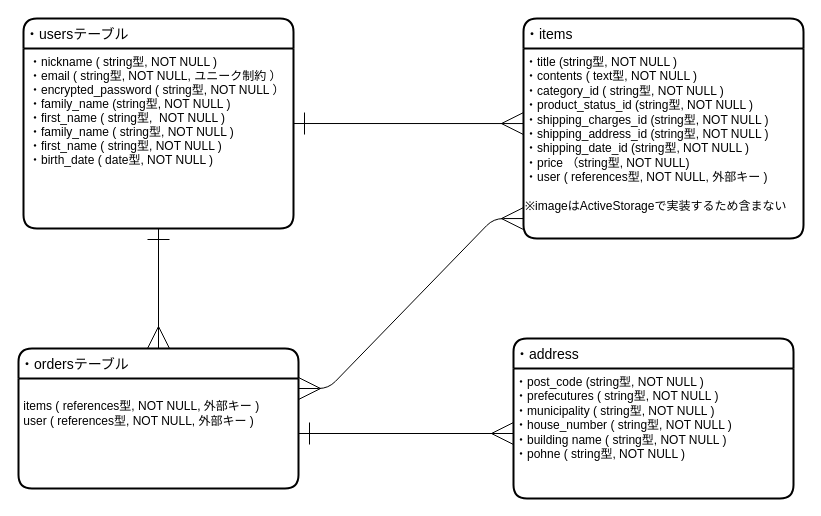
Tkannbara/furima-37988 keeps this draw.io diagram as furima.dio. Above is the earlier version. Source tidied: cells renumbered, new cells numbered last; positions are measured from the earlier drawing's top-left corner, leaving out a move shared by most shapes. Both pictures are drawn from the tidied source at 100%, with x=0, y=0 at pixel (18, 18).
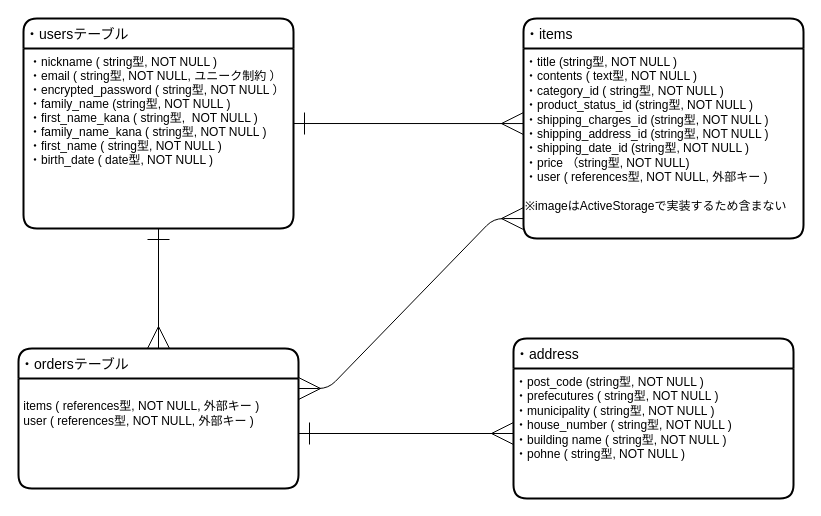
Above is the later version.

Diff of the diagram source:
```diff
@@
 <mxGraphModel>
   <root>
     <mxCell id="0" />
     <mxCell id="1" parent="0" />
     <mxCell id="2" style="edgeStyle=none;html=1;entryX=0;entryY=0.395;entryDx=0;entryDy=0;entryPerimeter=0;startArrow=ERone;startFill=0;endArrow=ERmany;endFill=0;endSize=20;startSize=20;" parent="1" edge="1" source="3" target="6">
       <mxGeometry relative="1" as="geometry" />
     </mxCell>
     <mxCell id="3" value="・usersテーブル" style="swimlane;horizontal=1;startSize=30;rounded=1;fontSize=14;fontStyle=0;strokeWidth=2;shadow=0;dashed=0;align=left;" parent="1" vertex="1">
       <mxGeometry x="5" width="270" height="210" as="geometry" />
     </mxCell>
-    <mxCell id="4" value="・nickname ( string型, NOT NULL )&#10;・email ( string型, NOT NULL, ユニーク制約 ）&#10;・encrypted_password ( string型, NOT NULL ）&#10;・family_name (string型, NOT NULL )&#10;・first_name ( string型,  NOT NULL )&#10;・family_name ( string型, NOT NULL )&#10;・first_name ( string型, NOT NULL )&#10;・birth_date ( date型, NOT NULL )" style="align=left;strokeColor=none;fillColor=none;spacingLeft=4;fontSize=12;verticalAlign=top;" parent="3" vertex="1">
+    <mxCell id="4" value="・nickname ( string型, NOT NULL )&#10;・email ( string型, NOT NULL, ユニーク制約 ）&#10;・encrypted_password ( string型, NOT NULL ）&#10;・family_name (string型, NOT NULL )&#10;・first_name_kana ( string型,  NOT NULL )&#10;・family_name_kana ( string型, NOT NULL )&#10;・first_name ( string型, NOT NULL )&#10;・birth_date ( date型, NOT NULL )" style="align=left;strokeColor=none;fillColor=none;spacingLeft=4;fontSize=12;verticalAlign=top;" parent="3" vertex="1">
       <mxGeometry y="30" width="270" height="180" as="geometry" />
     </mxCell>
     <mxCell id="5" value="・items" style="swimlane;horizontal=1;startSize=30;rounded=1;fontSize=14;fontStyle=0;strokeWidth=2;shadow=0;dashed=0;align=left;" parent="1" vertex="1">
       <mxGeometry x="505" width="280" height="220" as="geometry" />
     </mxCell>
     <mxCell id="6" value="・title (string型, NOT NULL )&lt;br&gt;・contents ( text型, NOT NULL )&lt;br&gt;・category_id ( string型, NOT NULL )&lt;br&gt;・product_status_id (string型, NOT NULL )&lt;br&gt;・shipping_charges_id (string型, NOT NULL )&lt;br&gt;・shipping_address_id (string型, NOT NULL )&lt;br&gt;・shipping_date_id (string型, NOT NULL )&lt;br&gt;・price （string型, NOT NULL)&lt;br&gt;・user ( references型, NOT NULL, 外部キー )&lt;br&gt;&lt;br&gt;※imageはActiveStorageで実装するため含まない" style="text;html=1;align=left;verticalAlign=top;points=[];strokeColor=none;fillColor=none;" parent="5" vertex="1">
       <mxGeometry y="30" width="280" height="190" as="geometry" />
     </mxCell>
     <mxCell id="7" value="・ordersテーブル" style="swimlane;horizontal=1;startSize=30;rounded=1;fontSize=14;fontStyle=0;strokeWidth=2;shadow=0;dashed=0;align=left;" parent="1" vertex="1">
       <mxGeometry y="330" width="280" height="140" as="geometry" />
     </mxCell>
     <mxCell id="8" style="edgeStyle=entityRelationEdgeStyle;fontSize=12;html=1;endArrow=ERmany;startSize=20;endSize=20;entryX=0;entryY=0.895;entryDx=0;entryDy=0;entryPerimeter=0;startArrow=ERmany;startFill=0;" parent="7" edge="1" target="6">
       <mxGeometry relative="1" as="geometry">
         <mxPoint x="280" y="40" as="sourcePoint" />
       </mxGeometry>
     </mxCell>
     <mxCell id="9" value="&lt;br&gt;&amp;nbsp;items ( references型, NOT NULL, 外部キー )&lt;br&gt;&amp;nbsp;user ( references型, NOT NULL, 外部キー )" style="text;html=1;align=left;verticalAlign=top;points=[];strokeColor=none;fillColor=none;" parent="7" vertex="1">
       <mxGeometry y="30" width="280" height="110" as="geometry" />
     </mxCell>
     <mxCell id="10" value="・address" style="swimlane;horizontal=1;startSize=30;rounded=1;fontSize=14;fontStyle=0;strokeWidth=2;shadow=0;dashed=0;align=left;" parent="1" vertex="1">
       <mxGeometry x="495" y="320" width="280" height="160" as="geometry" />
     </mxCell>
     <mxCell id="11" value="・post_code (string型, NOT NULL )&lt;br&gt;・prefecutures ( string型, NOT NULL )&lt;br&gt;・municipality ( string型, NOT NULL )&lt;br&gt;・house_number ( string型, NOT NULL )&lt;br&gt;・building name ( string型, NOT NULL )&lt;br&gt;・pohne&amp;nbsp;( string型, NOT NULL )" style="text;html=1;align=left;verticalAlign=top;points=[];strokeColor=none;fillColor=none;" parent="10" vertex="1">
       <mxGeometry y="30" width="280" height="130" as="geometry" />
     </mxCell>
     <mxCell id="12" style="edgeStyle=none;html=1;exitX=0.5;exitY=1;exitDx=0;exitDy=0;entryX=0.5;entryY=0;entryDx=0;entryDy=0;startArrow=ERone;startFill=0;endArrow=ERmany;endFill=0;startSize=20;endSize=20;" parent="1" edge="1" source="4" target="7">
       <mxGeometry relative="1" as="geometry" />
     </mxCell>
     <mxCell id="13" style="edgeStyle=none;html=1;startArrow=ERone;startFill=0;endArrow=ERmany;endFill=0;startSize=20;endSize=20;" parent="1" edge="1" source="9" target="11">
       <mxGeometry relative="1" as="geometry" />
     </mxCell>
   </root>
 </mxGraphModel>
```
